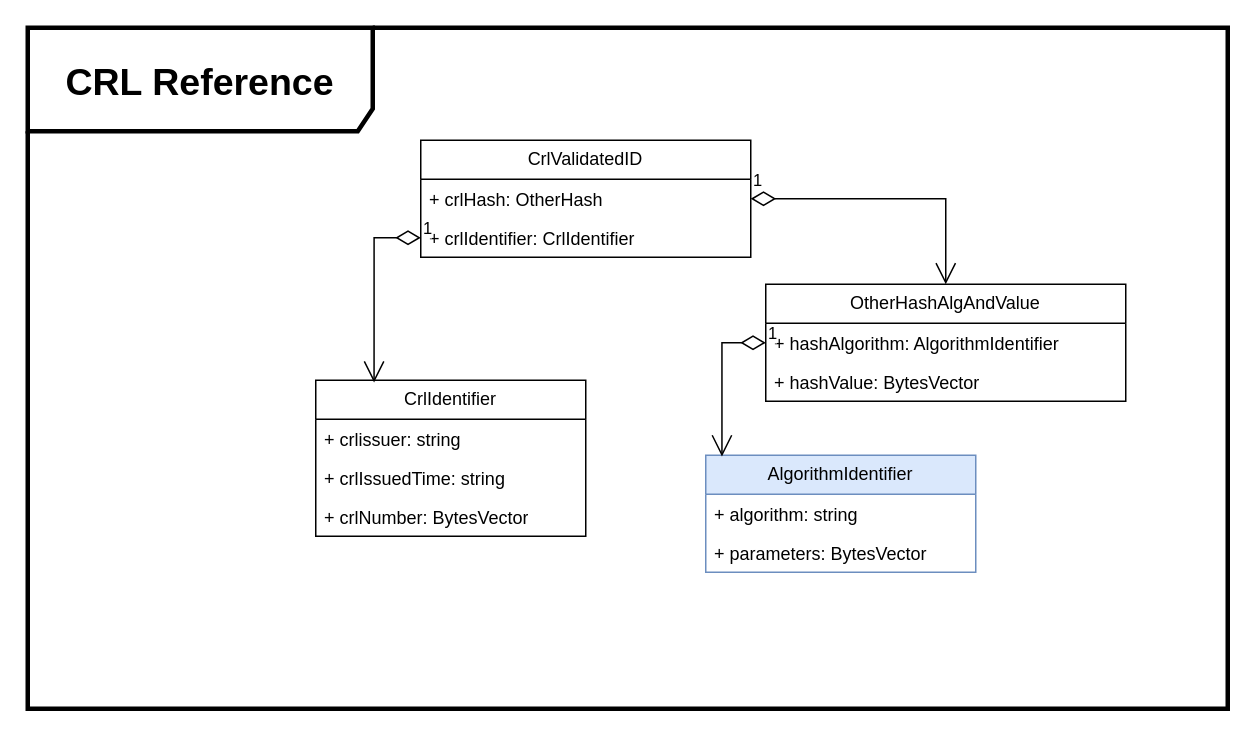
This is page "CRL Reference" (8 of 10) of basic_struct_draft.drawio from 3036662/pdf_scp, a draw.io file, before an edit. Source tidied: cells renumbered, new cells numbered last; positions are measured from the earlier drawing's top-left corner, leaving out a move shared by most shapes. Both pictures are drawn from the tidied source at 150%, with x=0, y=0 at pixel (27, 27).
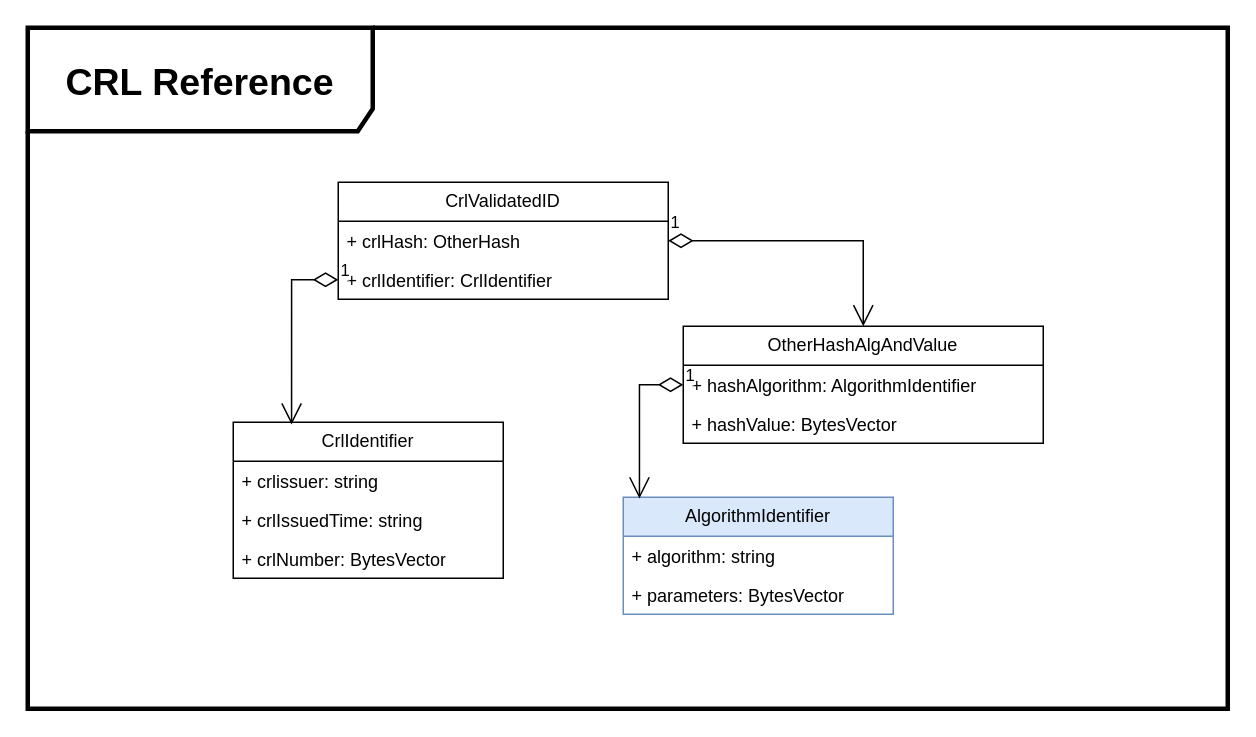
The same page after the edit.

Commit message:
Scale CRL Reference to A4

What changed in the source:
```diff
@@
 <mxGraphModel>
   <root>
     <mxCell id="0" />
     <mxCell id="1" parent="0" />
+    <mxCell id="18" value="&lt;font size=&quot;1&quot;&gt;&lt;b&gt;&lt;font style=&quot;font-size: 25px;&quot;&gt;CRL Reference&lt;/font&gt;&lt;/b&gt;&lt;/font&gt;" style="shape=umlFrame;whiteSpace=wrap;html=1;width=230;height=69;strokeWidth=3;" parent="1" vertex="1">
+      <mxGeometry width="800" height="454" as="geometry" />
+    </mxCell>
-    <mxCell id="2" value="CrlValidatedID" style="swimlane;fontStyle=0;horizontal=1;startSize=26;fillColor=none;whiteSpace=wrap;html=1;" parent="1" vertex="1">
-      <mxGeometry x="262" y="75" width="220" height="78" as="geometry" />
+    <mxCell id="2" value="CrlValidatedID" style="swimlane;fontStyle=0;horizontal=1;startSize=26;fillColor=none;whiteSpace=wrap;html=1;" parent="18" vertex="1">
+      <mxGeometry x="207" y="103" width="220" height="78" as="geometry" />
     </mxCell>
     <mxCell id="3" value="+ crlHash: OtherHash" style="text;strokeColor=none;fillColor=none;align=left;verticalAlign=top;spacingLeft=4;spacingRight=4;overflow=hidden;points=[[0,0.5],[1,0.5]];portConstraint=eastwest;whiteSpace=wrap;html=1;" parent="2" vertex="1">
       <mxGeometry y="26" width="220" height="26" as="geometry" />
     </mxCell>
     <mxCell id="4" value="+ crlIdentifier: CrlIdentifier" style="text;strokeColor=none;fillColor=none;align=left;verticalAlign=top;spacingLeft=4;spacingRight=4;overflow=hidden;points=[[0,0.5],[1,0.5]];portConstraint=eastwest;whiteSpace=wrap;html=1;" parent="2" vertex="1">
       <mxGeometry y="52" width="220" height="26" as="geometry" />
     </mxCell>
-    <mxCell id="5" value="OtherHashAlgAndValue" style="swimlane;fontStyle=0;horizontal=1;startSize=26;fillColor=none;whiteSpace=wrap;html=1;" parent="1" vertex="1">
-      <mxGeometry x="492" y="171" width="240" height="78" as="geometry" />
+    <mxCell id="5" value="OtherHashAlgAndValue" style="swimlane;fontStyle=0;horizontal=1;startSize=26;fillColor=none;whiteSpace=wrap;html=1;" parent="18" vertex="1">
+      <mxGeometry x="437" y="199" width="240" height="78" as="geometry" />
     </mxCell>
     <mxCell id="6" value="+ hashAlgorithm: AlgorithmIdentifier" style="text;strokeColor=none;fillColor=none;align=left;verticalAlign=top;spacingLeft=4;spacingRight=4;overflow=hidden;points=[[0,0.5],[1,0.5]];portConstraint=eastwest;whiteSpace=wrap;html=1;" parent="5" vertex="1">
       <mxGeometry y="26" width="240" height="26" as="geometry" />
     </mxCell>
     <mxCell id="7" value="+ hashValue: BytesVector" style="text;strokeColor=none;fillColor=none;align=left;verticalAlign=top;spacingLeft=4;spacingRight=4;overflow=hidden;whiteSpace=wrap;html=1;" parent="5" vertex="1">
       <mxGeometry y="52" width="240" height="26" as="geometry" />
     </mxCell>
-    <mxCell id="8" value="1" style="endArrow=open;html=1;endSize=12;startArrow=diamondThin;startSize=14;startFill=0;edgeStyle=orthogonalEdgeStyle;align=left;verticalAlign=bottom;rounded=0;exitX=1;exitY=0.5;exitDx=0;exitDy=0;entryX=0.5;entryY=0;entryDx=0;entryDy=0;" parent="1" edge="1" source="3" target="5">
+    <mxCell id="8" value="1" style="endArrow=open;html=1;endSize=12;startArrow=diamondThin;startSize=14;startFill=0;edgeStyle=orthogonalEdgeStyle;align=left;verticalAlign=bottom;rounded=0;exitX=1;exitY=0.5;exitDx=0;exitDy=0;entryX=0.5;entryY=0;entryDx=0;entryDy=0;" parent="18" edge="1" source="3" target="5">
       <mxGeometry x="-1" y="3" relative="1" as="geometry" />
     </mxCell>
-    <mxCell id="9" value="AlgorithmIdentifier" style="swimlane;fontStyle=0;horizontal=1;startSize=26;fillColor=#dae8fc;whiteSpace=wrap;html=1;strokeColor=#6c8ebf;" parent="1" vertex="1">
-      <mxGeometry x="452" y="285" width="180" height="78" as="geometry" />
+    <mxCell id="9" value="AlgorithmIdentifier" style="swimlane;fontStyle=0;horizontal=1;startSize=26;fillColor=#dae8fc;whiteSpace=wrap;html=1;strokeColor=#6c8ebf;" parent="18" vertex="1">
+      <mxGeometry x="397" y="313" width="180" height="78" as="geometry" />
     </mxCell>
     <mxCell id="10" value="+ algorithm: string" style="text;strokeColor=none;fillColor=none;align=left;verticalAlign=top;spacingLeft=4;spacingRight=4;overflow=hidden;whiteSpace=wrap;html=1;" parent="9" vertex="1">
       <mxGeometry y="26" width="180" height="26" as="geometry" />
     </mxCell>
     <mxCell id="11" value="+ parameters: BytesVector" style="text;strokeColor=none;fillColor=none;align=left;verticalAlign=top;spacingLeft=4;spacingRight=4;overflow=hidden;whiteSpace=wrap;html=1;" parent="9" vertex="1">
       <mxGeometry y="52" width="180" height="26" as="geometry" />
     </mxCell>
-    <mxCell id="12" value="1" style="endArrow=open;html=1;endSize=12;startArrow=diamondThin;startSize=14;startFill=0;edgeStyle=orthogonalEdgeStyle;align=left;verticalAlign=bottom;rounded=0;exitX=0;exitY=0.5;exitDx=0;exitDy=0;entryX=0.06;entryY=0.01;entryDx=0;entryDy=0;entryPerimeter=0;" parent="1" edge="1" source="6" target="9">
+    <mxCell id="12" value="1" style="endArrow=open;html=1;endSize=12;startArrow=diamondThin;startSize=14;startFill=0;edgeStyle=orthogonalEdgeStyle;align=left;verticalAlign=bottom;rounded=0;exitX=0;exitY=0.5;exitDx=0;exitDy=0;entryX=0.06;entryY=0.01;entryDx=0;entryDy=0;entryPerimeter=0;" parent="18" edge="1" source="6" target="9">
       <mxGeometry x="-1" y="3" relative="1" as="geometry" />
     </mxCell>
-    <mxCell id="13" value="CrlIdentifier" style="swimlane;fontStyle=0;horizontal=1;startSize=26;fillColor=none;whiteSpace=wrap;html=1;" parent="1" vertex="1">
-      <mxGeometry x="192" y="235" width="180" height="104" as="geometry" />
+    <mxCell id="13" value="CrlIdentifier" style="swimlane;fontStyle=0;horizontal=1;startSize=26;fillColor=none;whiteSpace=wrap;html=1;" parent="18" vertex="1">
+      <mxGeometry x="137" y="263" width="180" height="104" as="geometry" />
     </mxCell>
     <mxCell id="14" value="+ crlissuer: string" style="text;strokeColor=none;fillColor=none;align=left;verticalAlign=top;spacingLeft=4;spacingRight=4;overflow=hidden;whiteSpace=wrap;html=1;" parent="13" vertex="1">
       <mxGeometry y="26" width="180" height="26" as="geometry" />
     </mxCell>
     <mxCell id="15" value="+ crlIssuedTime: string" style="text;strokeColor=none;fillColor=none;align=left;verticalAlign=top;spacingLeft=4;spacingRight=4;overflow=hidden;whiteSpace=wrap;html=1;" parent="13" vertex="1">
       <mxGeometry y="52" width="180" height="26" as="geometry" />
     </mxCell>
     <mxCell id="16" value="+ crlNumber: BytesVector" style="text;strokeColor=none;fillColor=none;align=left;verticalAlign=top;spacingLeft=4;spacingRight=4;overflow=hidden;whiteSpace=wrap;html=1;" parent="13" vertex="1">
       <mxGeometry y="78" width="180" height="26" as="geometry" />
     </mxCell>
-    <mxCell id="17" value="1" style="endArrow=open;html=1;endSize=12;startArrow=diamondThin;startSize=14;startFill=0;edgeStyle=orthogonalEdgeStyle;align=left;verticalAlign=bottom;rounded=0;exitX=0;exitY=0.5;exitDx=0;exitDy=0;entryX=0.216;entryY=0.015;entryDx=0;entryDy=0;entryPerimeter=0;" parent="1" edge="1" source="4" target="13">
+    <mxCell id="17" value="1" style="endArrow=open;html=1;endSize=12;startArrow=diamondThin;startSize=14;startFill=0;edgeStyle=orthogonalEdgeStyle;align=left;verticalAlign=bottom;rounded=0;exitX=0;exitY=0.5;exitDx=0;exitDy=0;entryX=0.216;entryY=0.015;entryDx=0;entryDy=0;entryPerimeter=0;" parent="18" edge="1" source="4" target="13">
       <mxGeometry x="-1" y="3" relative="1" as="geometry" />
     </mxCell>
-    <mxCell id="18" value="&lt;font size=&quot;1&quot;&gt;&lt;b&gt;&lt;font style=&quot;font-size: 25px;&quot;&gt;CRL Reference&lt;/font&gt;&lt;/b&gt;&lt;/font&gt;" style="shape=umlFrame;whiteSpace=wrap;html=1;width=230;height=69;strokeWidth=3;" parent="1" vertex="1">
-      <mxGeometry width="800" height="454" as="geometry" />
-    </mxCell>
   </root>
 </mxGraphModel>
```
